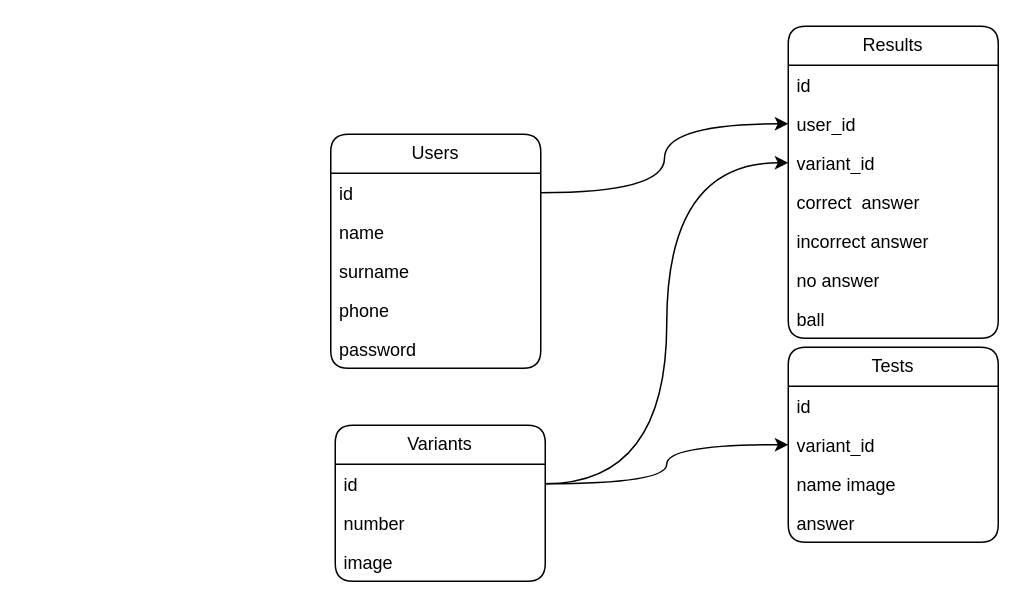
Before: GRE.drawio in MardonAslonov/DrawIo, a draw.io diagram. Source tidied: cells renumbered, new cells numbered last; positions are measured from the earlier drawing's top-left corner, leaving out a move shared by most shapes. Both pictures are drawn from the tidied source at 150%, with x=0, y=0 at pixel (330, 26).
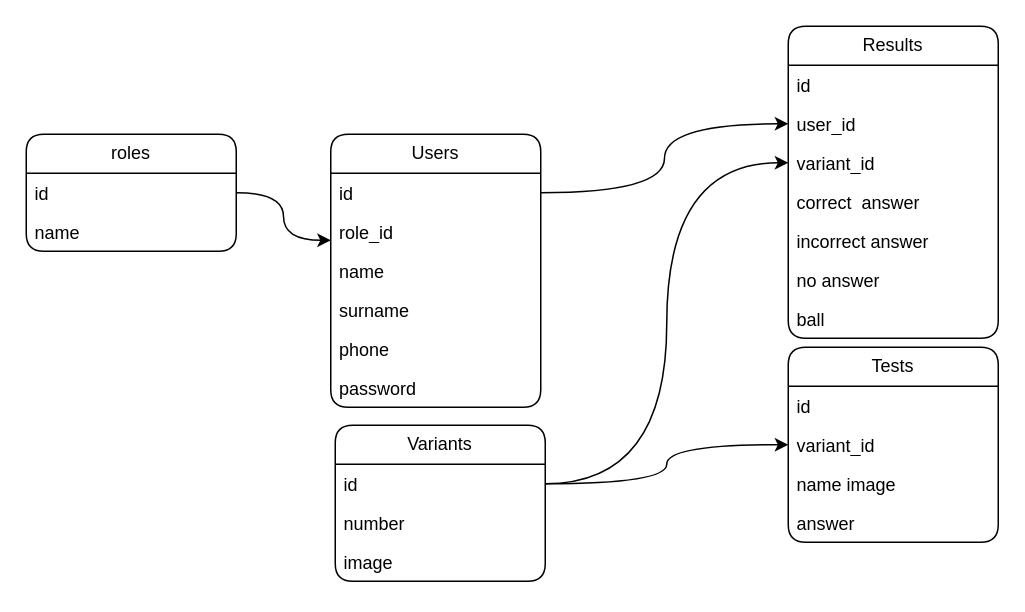
The same page after the edit.

The edit, as a diff of the source:
```diff
@@
     <mxCell id="7" value="Users" style="swimlane;fontStyle=0;horizontal=1;startSize=26;fillColor=none;whiteSpace=wrap;html=1;rounded=1;" parent="1" vertex="1">
-      <mxGeometry y="72" width="140" height="156" as="geometry" />
+      <mxGeometry y="72" width="140" height="182" as="geometry" />
     </mxCell>
@@
+    <mxCell id="28" value="role_id" style="text;strokeColor=none;fillColor=none;align=left;verticalAlign=top;spacingLeft=4;spacingRight=4;overflow=hidden;points=[[0,0.5],[1,0.5]];portConstraint=eastwest;whiteSpace=wrap;html=1;" parent="7" vertex="1">
+      <mxGeometry y="52" width="140" height="26" as="geometry" />
+    </mxCell>
     <mxCell id="9" value="name" style="text;strokeColor=none;fillColor=none;align=left;verticalAlign=top;spacingLeft=4;spacingRight=4;overflow=hidden;whiteSpace=wrap;html=1;" parent="7" vertex="1">
-      <mxGeometry y="52" width="140" height="26" as="geometry" />
+      <mxGeometry y="78" width="140" height="26" as="geometry" />
     </mxCell>
     <mxCell id="10" value="surname&lt;br&gt;" style="text;strokeColor=none;fillColor=none;align=left;verticalAlign=top;spacingLeft=4;spacingRight=4;overflow=hidden;whiteSpace=wrap;html=1;" parent="7" vertex="1">
-      <mxGeometry y="78" width="140" height="26" as="geometry" />
+      <mxGeometry y="104" width="140" height="26" as="geometry" />
     </mxCell>
     <mxCell id="11" value="phone" style="text;strokeColor=none;fillColor=none;align=left;verticalAlign=top;spacingLeft=4;spacingRight=4;overflow=hidden;whiteSpace=wrap;html=1;" parent="7" vertex="1">
-      <mxGeometry y="104" width="140" height="26" as="geometry" />
+      <mxGeometry y="130" width="140" height="26" as="geometry" />
     </mxCell>
     <mxCell id="12" value="password" style="text;strokeColor=none;fillColor=none;align=left;verticalAlign=top;spacingLeft=4;spacingRight=4;overflow=hidden;whiteSpace=wrap;html=1;" parent="7" vertex="1">
-      <mxGeometry y="130" width="140" height="26" as="geometry" />
+      <mxGeometry y="156" width="140" height="26" as="geometry" />
     </mxCell>
@@
+    <mxCell id="29" value="roles" style="swimlane;fontStyle=0;horizontal=1;startSize=26;fillColor=none;whiteSpace=wrap;html=1;rounded=1;" parent="1" vertex="1">
+      <mxGeometry x="-203" y="72" width="140" height="78" as="geometry" />
+    </mxCell>
+    <mxCell id="30" value="id" style="text;strokeColor=none;fillColor=none;align=left;verticalAlign=top;spacingLeft=4;spacingRight=4;overflow=hidden;points=[[0,0.5],[1,0.5]];portConstraint=eastwest;whiteSpace=wrap;html=1;" parent="29" vertex="1">
+      <mxGeometry y="26" width="140" height="26" as="geometry" />
+    </mxCell>
+    <mxCell id="31" value="name" style="text;strokeColor=none;fillColor=none;align=left;verticalAlign=top;spacingLeft=4;spacingRight=4;overflow=hidden;whiteSpace=wrap;html=1;" parent="29" vertex="1">
+      <mxGeometry y="52" width="140" height="26" as="geometry" />
+    </mxCell>
+    <mxCell id="32" style="edgeStyle=orthogonalEdgeStyle;rounded=0;jettySize=auto;html=1;entryX=0;entryY=0.718;entryDx=0;entryDy=0;entryPerimeter=0;curved=1;" parent="1" edge="1" source="30" target="28">
+      <mxGeometry relative="1" as="geometry" />
+    </mxCell>
```
